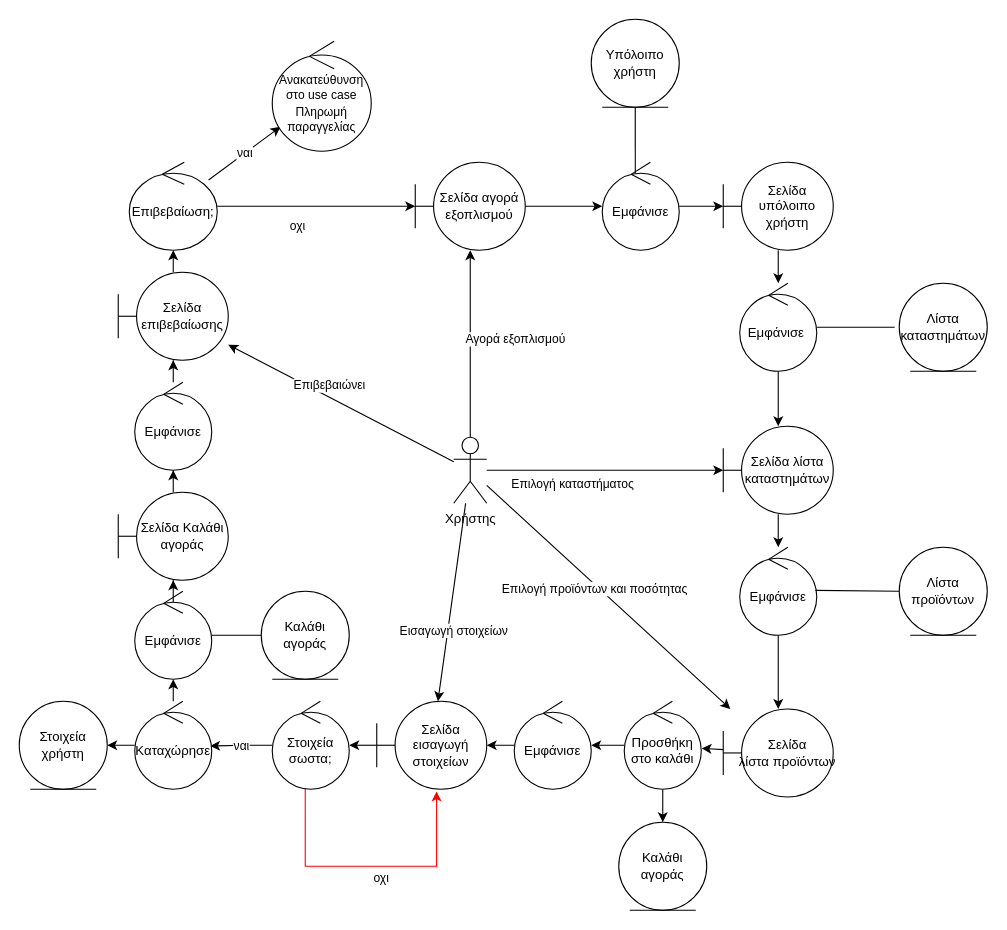
Earlier version of the draw.io diagram ΤΕΤΑΡΤΟ ΠΑΡΑΔΟΤΕΟ/Διορθώσεις προηγούμενων παραδοτέων/Καινούργια robustness/rd_αγορά_επαγγελματικού_εξοπλισμού_v0.2.drawio (Dionkaps/Eu-Zin). Source tidied: cells renumbered, new cells numbered last; positions are measured from the earlier drawing's top-left corner, leaving out a move shared by most shapes. Both pictures are drawn from the tidied source at 110%, with x=0, y=0 at pixel (19, 19).
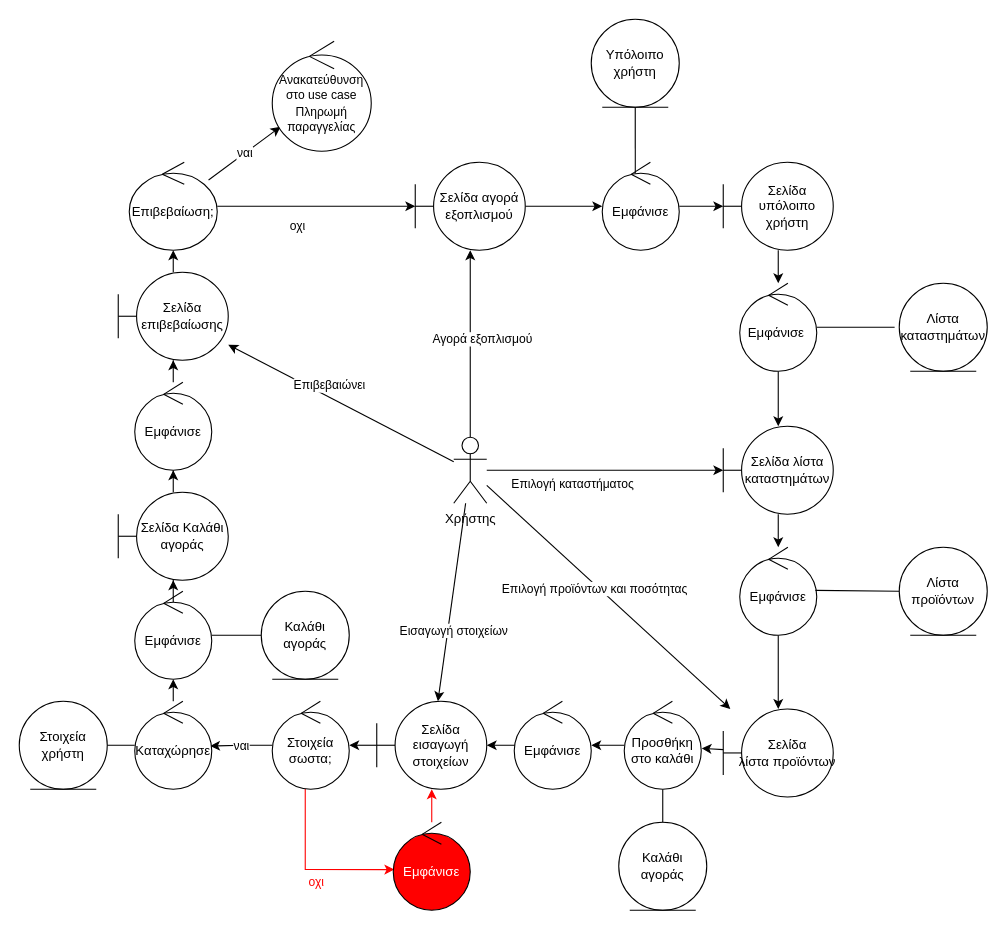
The same diagram, later.

The change refers to these unchanged cells:
```xml
<mxCell id="2" style="rounded=0;jettySize=auto;html=1;fillColor=#FF0000;strokeColor=#000000;fontColor=#000000;" parent="1" edge="1" source="12" target="14">
  <mxGeometry relative="1" as="geometry" />
</mxCell>
<mxCell id="30" value="&lt;font&gt;Σελίδα εισαγωγή στοιχείων&lt;/font&gt;" style="shape=umlBoundary;whiteSpace=wrap;html=1;strokeColor=#000000;fontColor=#000000;" parent="1" vertex="1">
  <mxGeometry x="325" y="620" width="100" height="80" as="geometry" />
</mxCell>
<mxCell id="34" value="&lt;font&gt;Στοιχεία σωστα;&lt;/font&gt;" style="ellipse;shape=umlControl;whiteSpace=wrap;html=1;strokeColor=#000000;fontColor=#000000;" parent="1" vertex="1">
  <mxGeometry x="230" y="620" width="70" height="80" as="geometry" />
</mxCell>
<mxCell id="44" value="Καλάθι αγοράς" style="ellipse;shape=umlEntity;whiteSpace=wrap;html=1;strokeColor=#000000;fontColor=#000000;" parent="1" vertex="1">
  <mxGeometry x="545" y="730" width="80" height="80" as="geometry" />
</mxCell>
<mxCell id="47" value="Προσθήκη στο καλάθι" style="ellipse;shape=umlControl;whiteSpace=wrap;html=1;strokeColor=#000000;fontColor=#000000;" parent="1" vertex="1">
  <mxGeometry x="550" y="620" width="70" height="80" as="geometry" />
</mxCell>
<mxCell id="56" value="Στοιχεία χρήστη" style="ellipse;shape=umlEntity;whiteSpace=wrap;html=1;fontColor=#000000;strokeColor=#000000;" parent="1" vertex="1">
  <mxGeometry y="620" width="80" height="80" as="geometry" />
</mxCell>
<mxCell id="59" value="Καταχώρησε" style="ellipse;shape=umlControl;whiteSpace=wrap;html=1;fontColor=#000000;strokeColor=#000000;" parent="1" vertex="1">
  <mxGeometry x="105" y="620" width="70" height="80" as="geometry" />
</mxCell>
```

What changed in the source:
```diff
@@
     <mxCell id="3" value="&lt;font&gt;Αγορά εξοπλισμού&lt;/font&gt;" style="edgeLabel;html=1;align=center;verticalAlign=middle;fontColor=#000000;" parent="2" vertex="1">
       <mxGeometry x="0.17" y="-4" relative="1" as="geometry">
-        <mxPoint x="36" y="9" as="offset" />
+        <mxPoint x="6" y="9" as="offset" />
       </mxGeometry>
     </mxCell>
@@
-    <mxCell id="31" style="edgeStyle=orthogonalEdgeStyle;rounded=0;jettySize=auto;html=1;entryX=0.544;entryY=1.025;entryDx=0;entryDy=0;entryPerimeter=0;fontColor=#000000;strokeColor=#FF0000;" parent="1" edge="1" source="34" target="30">
+    <mxCell id="31" style="edgeStyle=orthogonalEdgeStyle;rounded=0;jettySize=auto;html=1;fontColor=#000000;strokeColor=#FF0000;entryX=0.014;entryY=0.538;entryDx=0;entryDy=0;entryPerimeter=0;" parent="1" edge="1" source="34" target="66">
       <mxGeometry relative="1" as="geometry">
         <Array as="points">
-          <mxPoint x="260" y="770" />
-          <mxPoint x="380" y="770" />
-          <mxPoint x="380" y="702" />
+          <mxPoint x="260" y="773" />
         </Array>
       </mxGeometry>
     </mxCell>
-    <mxCell id="32" value="οχι" style="edgeLabel;html=1;align=center;verticalAlign=middle;fontColor=#000000;" parent="31" vertex="1">
+    <mxCell id="32" value="οχι" style="edgeLabel;html=1;align=center;verticalAlign=middle;fontColor=#FF0000;" parent="31" vertex="1">
       <mxGeometry x="0.08" y="-1" relative="1" as="geometry">
         <mxPoint y="9" as="offset" />
       </mxGeometry>
     </mxCell>
@@
-    <mxCell id="46" style="edgeStyle=orthogonalEdgeStyle;rounded=0;jettySize=auto;html=1;strokeColor=#000000;fontColor=#000000;fillColor=#FF0000;" parent="1" edge="1" source="47" target="44">
+    <mxCell id="46" style="edgeStyle=orthogonalEdgeStyle;rounded=0;jettySize=auto;html=1;strokeColor=#000000;fontColor=#000000;fillColor=#FF0000;endArrow=none;endFill=0;" parent="1" edge="1" source="47" target="44">
       <mxGeometry relative="1" as="geometry" />
     </mxCell>
@@
-    <mxCell id="58" style="edgeStyle=orthogonalEdgeStyle;rounded=0;jettySize=auto;html=1;endArrow=classic;endFill=1;fontColor=#000000;strokeColor=#000000;" parent="1" edge="1" source="59" target="56">
+    <mxCell id="58" style="edgeStyle=orthogonalEdgeStyle;rounded=0;jettySize=auto;html=1;endArrow=none;endFill=0;fontColor=#000000;strokeColor=#000000;" parent="1" edge="1" source="59" target="56">
       <mxGeometry relative="1" as="geometry" />
     </mxCell>
@@
+    <mxCell id="65" style="edgeStyle=orthogonalEdgeStyle;rounded=0;jettySize=auto;html=1;strokeColor=#FF0000;" parent="1" edge="1" source="66" target="30">
+      <mxGeometry relative="1" as="geometry" />
+    </mxCell>
+    <mxCell id="66" value="&lt;font color=&quot;#ffffff&quot;&gt;Εμφάνισε&lt;/font&gt;" style="ellipse;shape=umlControl;whiteSpace=wrap;html=1;fillColor=#FF0000;" parent="1" vertex="1">
+      <mxGeometry x="340" y="730" width="70" height="80" as="geometry" />
+    </mxCell>
```
